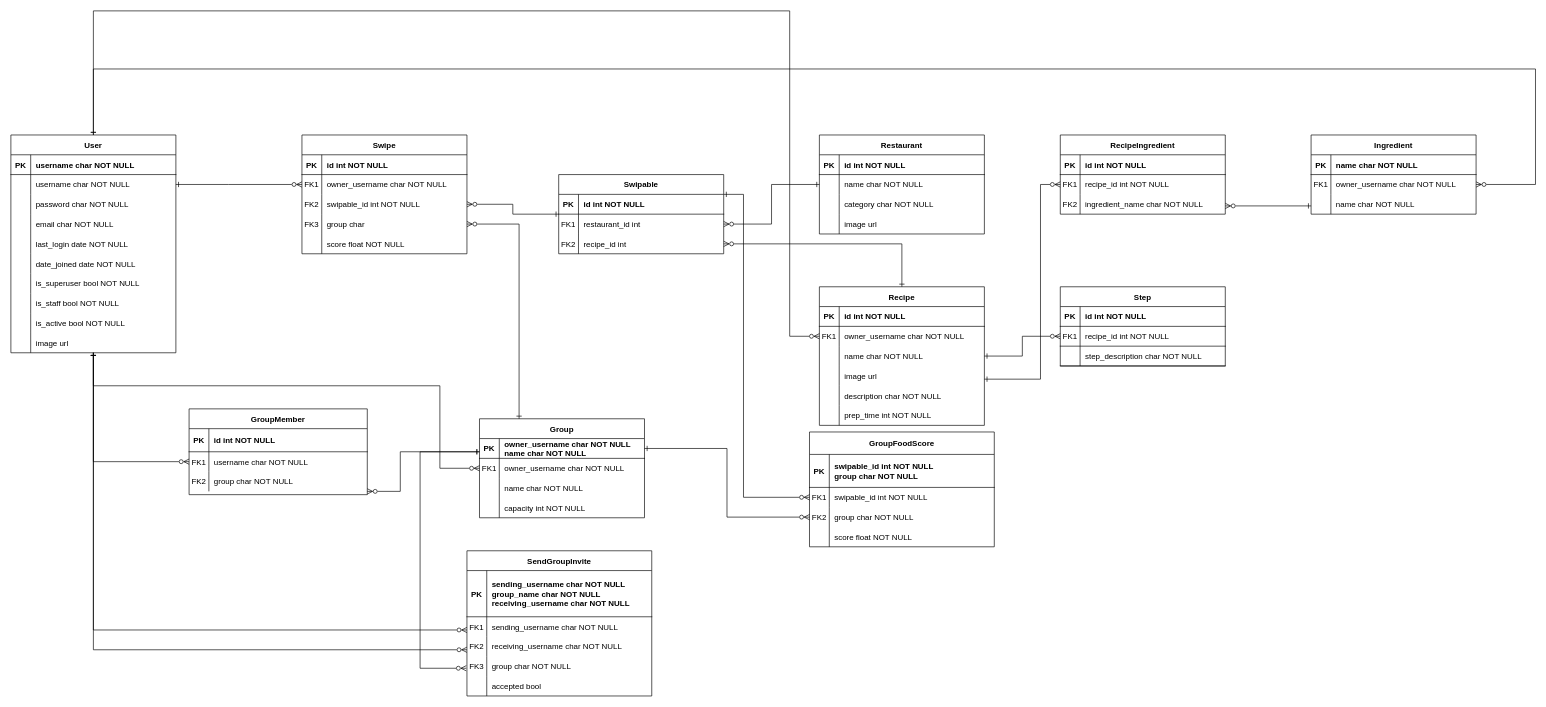
Above: grubflow-db.drawio in grubflow/diagrams (draw.io), before the change. Source tidied: cells renumbered, new cells numbered last; positions are measured from the earlier drawing's top-left corner, leaving out a move shared by most shapes. Both pictures are drawn from the tidied source at 66%, with x=0, y=0 at pixel (11, 11).
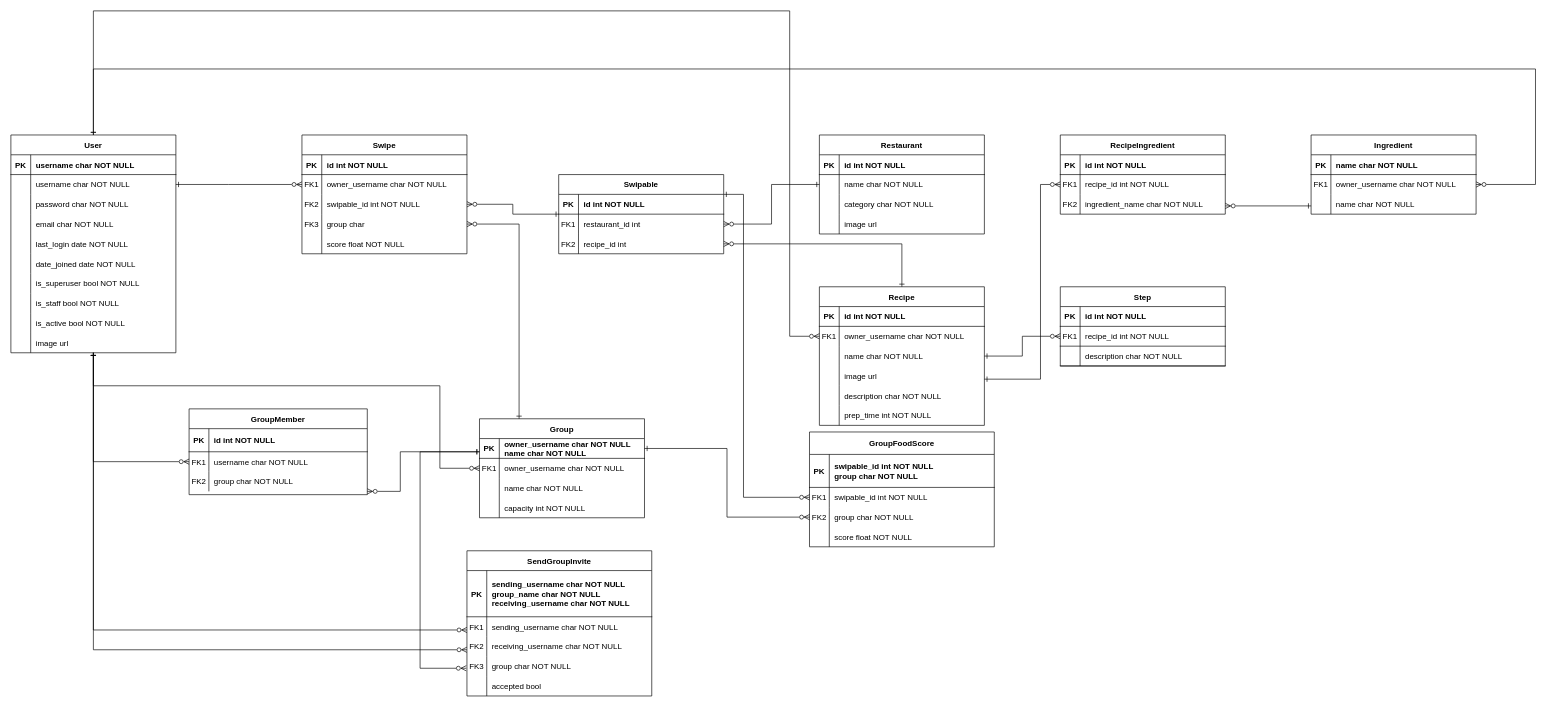
The same diagram, later.

Unchanged cells that the change refers to:
```xml
<mxCell id="167" style="shape=partialRectangle;fillColor=none;top=0;left=0;right=0;bottom=1;" parent="160" vertex="1">
  <mxGeometry y="90" width="250" height="30" as="geometry" />
</mxCell>
```

Diff of the diagram source:
```diff
@@
-    <mxCell id="169" value="step_description char NOT NULL" style="shape=partialRectangle;overflow=hidden;fillColor=none;top=0;left=0;bottom=0;right=0;align=left;spacingLeft=6;fontStyle=0;" parent="167" vertex="1">
+    <mxCell id="169" value="description char NOT NULL" style="shape=partialRectangle;overflow=hidden;fillColor=none;top=0;left=0;bottom=0;right=0;align=left;spacingLeft=6;fontStyle=0;" parent="167" vertex="1">
       <mxGeometry x="30" width="220" height="30" as="geometry" />
     </mxCell>
```
